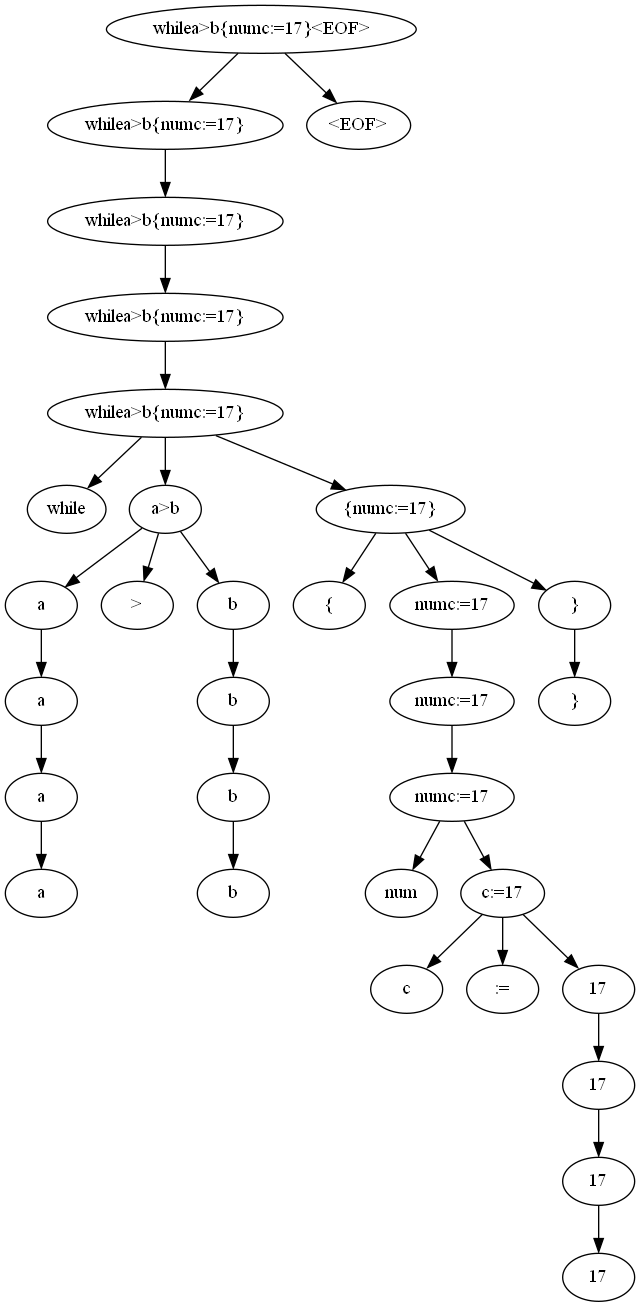
Earlier version of the Graphviz export ANTLR/output.png (Mcklmo/Simplified-GPL-Syntax-Compiler-P4-Project-AAU-). Its source is kept beside it as ANTLR/output.dot.
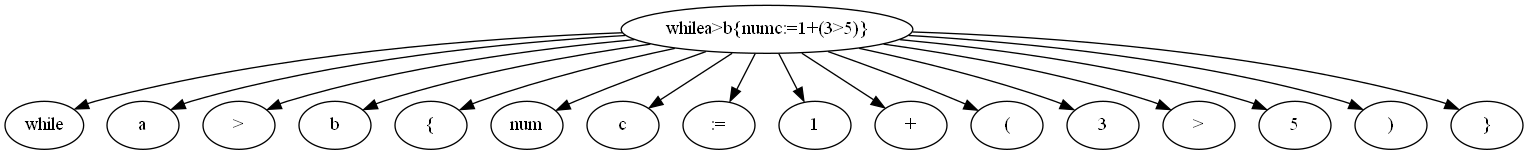
After the commit.

What changed in the source:
```diff
@@ -1,65 +1,35 @@
 digraph G {
-n0 [label="whilea>b{numc:=17}<EOF>"];
-n1 [label="whilea>b{numc:=17}"];
+n0 [label="whilea>b{numc:=1+(3>5)}"];
+n1 [label="while"];
 n0 -> n1;
-n2 [label="whilea>b{numc:=17}"];
-n1 -> n2;
-n3 [label="whilea>b{numc:=17}"];
-n2 -> n3;
-n4 [label="whilea>b{numc:=17}"];
-n3 -> n4;
-n5 [label="while"];
-n4 -> n5;
-n6 [label="a>b"];
-n4 -> n6;
-n7 [label="a"];
-n6 -> n7;
-n8 [label="a"];
-n7 -> n8;
-n9 [label="a"];
-n8 -> n9;
-n10 [label="a"];
-n9 -> n10;
-n11 [label=">"];
-n6 -> n11;
-n12 [label="b"];
-n6 -> n12;
-n13 [label="b"];
-n12 -> n13;
-n14 [label="b"];
-n13 -> n14;
-n15 [label="b"];
-n14 -> n15;
-n16 [label="{numc:=17}"];
-n4 -> n16;
-n17 [label="{"];
-n16 -> n17;
-n18 [label="numc:=17"];
-n16 -> n18;
-n19 [label="numc:=17"];
-n18 -> n19;
-n20 [label="numc:=17"];
-n19 -> n20;
-n21 [label="num"];
-n20 -> n21;
-n22 [label="c:=17"];
-n20 -> n22;
-n23 [label="c"];
-n22 -> n23;
-n24 [label=":="];
-n22 -> n24;
-n25 [label="17"];
-n22 -> n25;
-n26 [label="17"];
-n25 -> n26;
-n27 [label="17"];
-n26 -> n27;
-n28 [label="17"];
-n27 -> n28;
-n29 [label="}"];
-n16 -> n29;
-n30 [label="}"];
-n29 -> n30;
-n31 [label="<EOF>"];
-n0 -> n31;
+n2 [label="a"];
+n0 -> n2;
+n3 [label=">"];
+n0 -> n3;
+n4 [label="b"];
+n0 -> n4;
+n5 [label="{"];
+n0 -> n5;
+n6 [label="num"];
+n0 -> n6;
+n7 [label="c"];
+n0 -> n7;
+n8 [label=":="];
+n0 -> n8;
+n9 [label="1"];
+n0 -> n9;
+n10 [label="+"];
+n0 -> n10;
+n11 [label="("];
+n0 -> n11;
+n12 [label="3"];
+n0 -> n12;
+n13 [label=">"];
+n0 -> n13;
+n14 [label="5"];
+n0 -> n14;
+n15 [label=")"];
+n0 -> n15;
+n16 [label="}"];
+n0 -> n16;
 }
```
